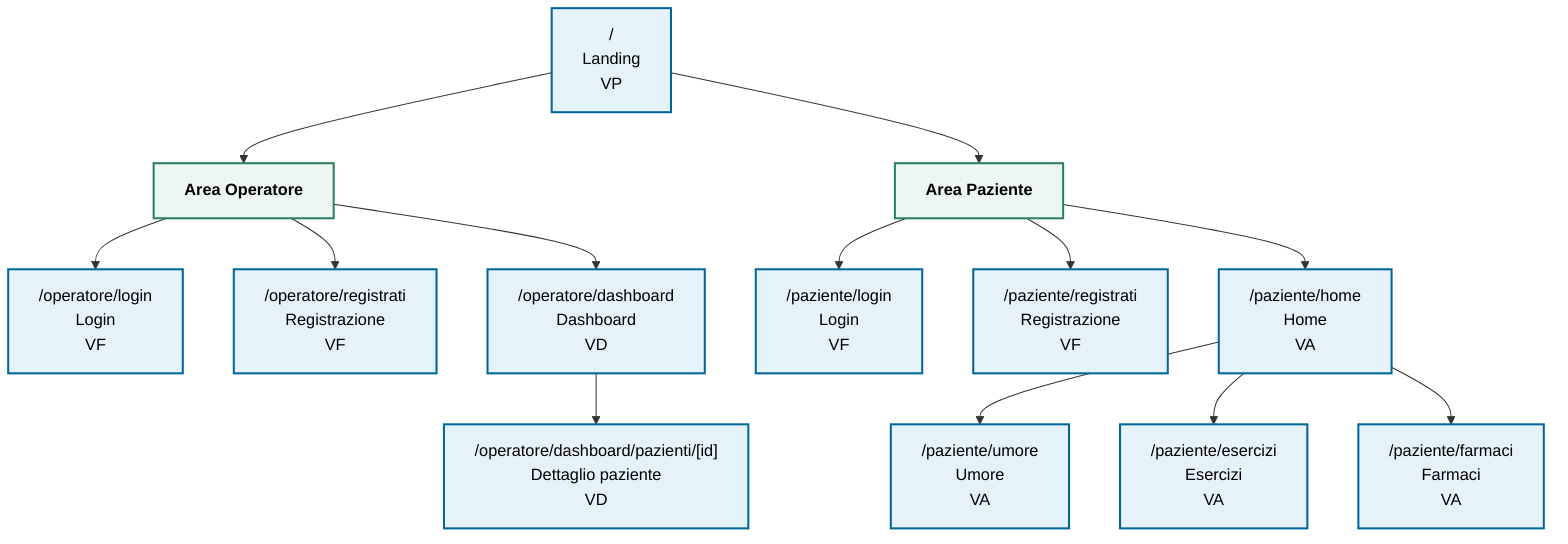
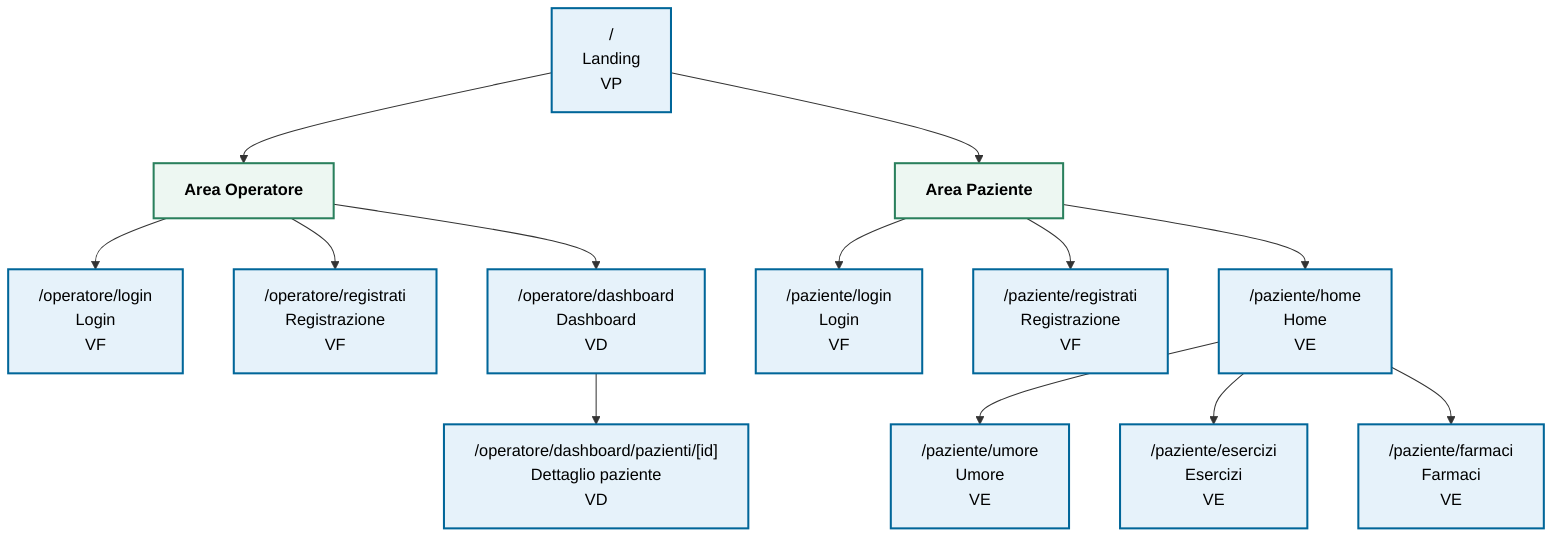
flowchart TB
    %% Figura 7 - Albero di navigazione aggiornato alla struttura reale delle pagine.

    classDef route fill:#e6f2fa,stroke:#006699,stroke-width:2px,color:#000,text-align:center
    classDef role fill:#edf7f2,stroke:#2a805d,stroke-width:2px,color:#000,font-weight:bold,text-align:center

    Home["/<br/>Landing<br/>VP"]:::route

    OperatoreArea["Area Operatore"]:::role
    PazienteArea["Area Paziente"]:::role

    Home --> OperatoreArea
    Home --> PazienteArea

    OperatoreLogin["/operatore/login<br/>Login<br/>VF"]:::route
    OperatoreRegistrati["/operatore/registrati<br/>Registrazione<br/>VF"]:::route
    OperatoreDashboard["/operatore/dashboard<br/>Dashboard<br/>VD"]:::route
    OperatoreDettaglio["/operatore/dashboard/pazienti/[id]<br/>Dettaglio paziente<br/>VD"]:::route

    OperatoreArea --> OperatoreLogin
    OperatoreArea --> OperatoreRegistrati
    OperatoreArea --> OperatoreDashboard
    OperatoreDashboard --> OperatoreDettaglio

    PazienteLogin["/paziente/login<br/>Login<br/>VF"]:::route
    PazienteRegistrati["/paziente/registrati<br/>Registrazione<br/>VF"]:::route
-     PazienteHome["/paziente/home<br/>Home<br/>VA"]:::route
-     PazienteUmore["/paziente/umore<br/>Umore<br/>VA"]:::route
-     PazienteEsercizi["/paziente/esercizi<br/>Esercizi<br/>VA"]:::route
-     PazienteFarmaci["/paziente/farmaci<br/>Farmaci<br/>VA"]:::route
+     PazienteHome["/paziente/home<br/>Home<br/>VE"]:::route
+     PazienteUmore["/paziente/umore<br/>Umore<br/>VE"]:::route
+     PazienteEsercizi["/paziente/esercizi<br/>Esercizi<br/>VE"]:::route
+     PazienteFarmaci["/paziente/farmaci<br/>Farmaci<br/>VE"]:::route

    PazienteArea --> PazienteLogin
    PazienteArea --> PazienteRegistrati
    PazienteArea --> PazienteHome
    PazienteHome --> PazienteUmore
    PazienteHome --> PazienteEsercizi
    PazienteHome --> PazienteFarmaci
